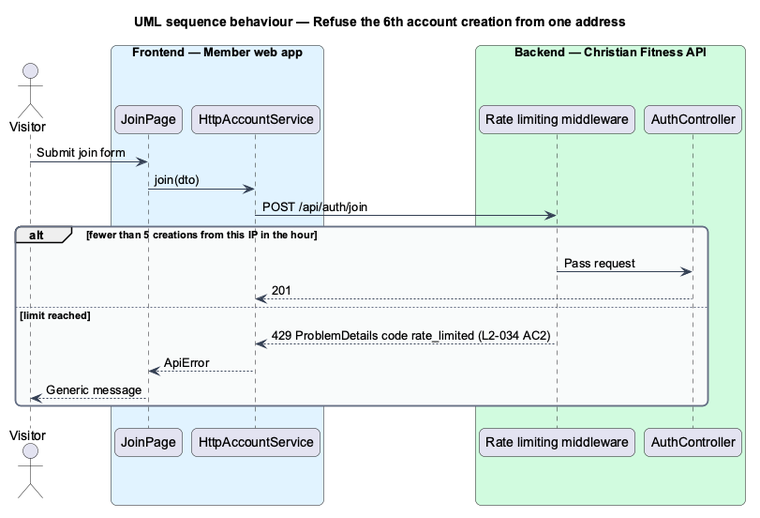
Earlier version of the PlantUML export docs/detailed-designs/security/limit-request-rates/diagrams/sequence-join-limit.png (QuinntyneBrown/christian-fitness).
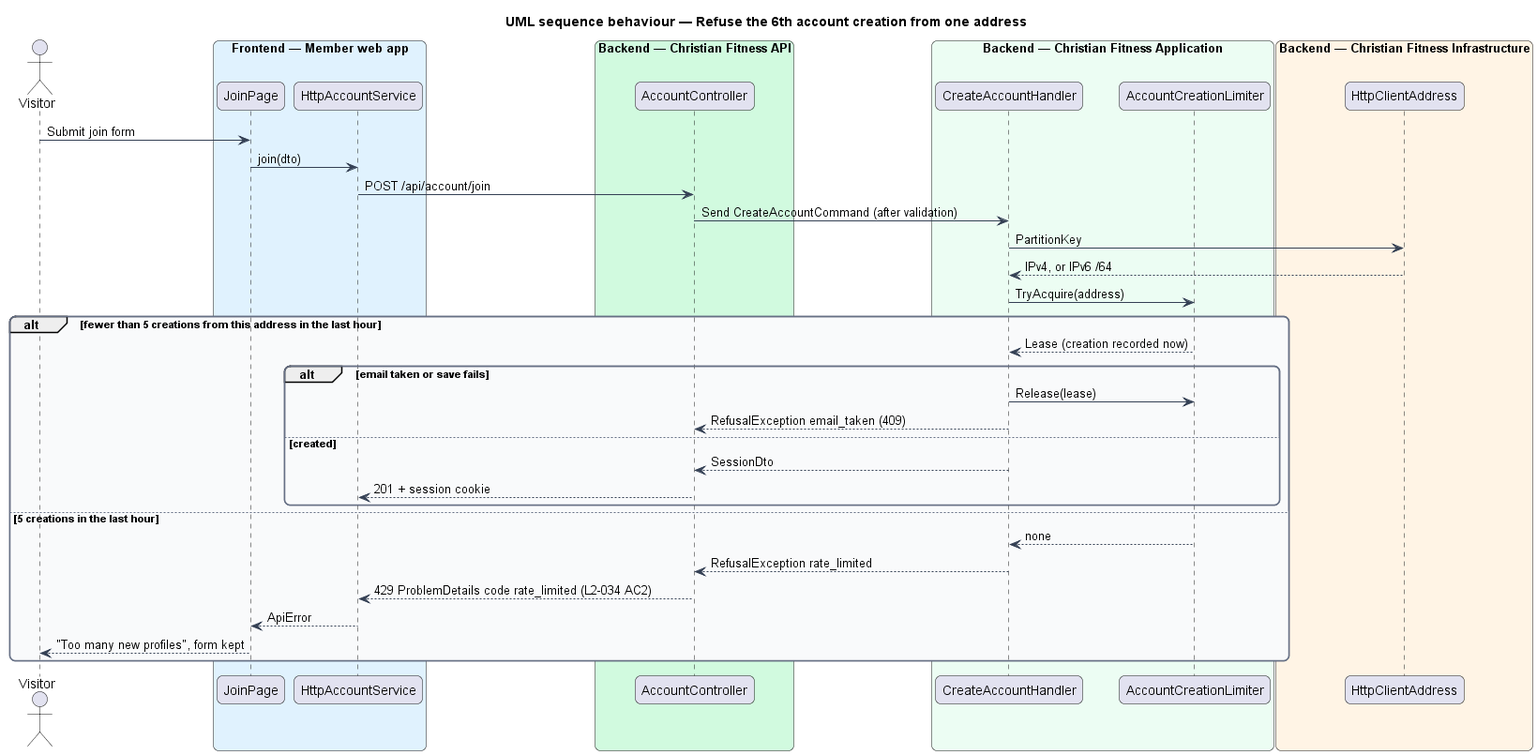
The same file after the commit.

The edit, as a diff of the source:
```diff
@@ -20,18 +20,36 @@
   participant "HttpAccountService" as http
 end box
 box "Backend — Christian Fitness API" #D1FADF
-  participant "Rate limiting middleware" as mw
-  participant "AuthController" as ctrl
+  participant "AccountController" as ctrl
+end box
+box "Backend — Christian Fitness Application" #ECFDF3
+  participant "CreateAccountHandler" as h
+  participant "AccountCreationLimiter" as lim
+end box
+box "Backend — Christian Fitness Infrastructure" #FFF4E5
+  participant "HttpClientAddress" as addr
 end box
 actor -> page : Submit join form
 page -> http : join(dto)
-http -> mw : POST /api/auth/join
-alt fewer than 5 creations from this IP in the hour
-  mw -> ctrl : Pass request
-  ctrl --> http : 201
-else limit reached
-  mw --> http : 429 ProblemDetails code rate_limited (L2-034 AC2)
+http -> ctrl : POST /api/account/join
+ctrl -> h : Send CreateAccountCommand (after validation)
+h -> addr : PartitionKey
+addr --> h : IPv4, or IPv6 /64
+h -> lim : TryAcquire(address)
+alt fewer than 5 creations from this address in the last hour
+  lim --> h : Lease (creation recorded now)
+  alt email taken or save fails
+    h -> lim : Release(lease)
+    h --> ctrl : RefusalException email_taken (409)
+  else created
+    h --> ctrl : SessionDto
+    ctrl --> http : 201 + session cookie
+  end
+else 5 creations in the last hour
+  lim --> h : none
+  h --> ctrl : RefusalException rate_limited
+  ctrl --> http : 429 ProblemDetails code rate_limited (L2-034 AC2)
   http --> page : ApiError
-  page --> actor : Generic message
+  page --> actor : "Too many new profiles", form kept
 end
 @enduml
```
